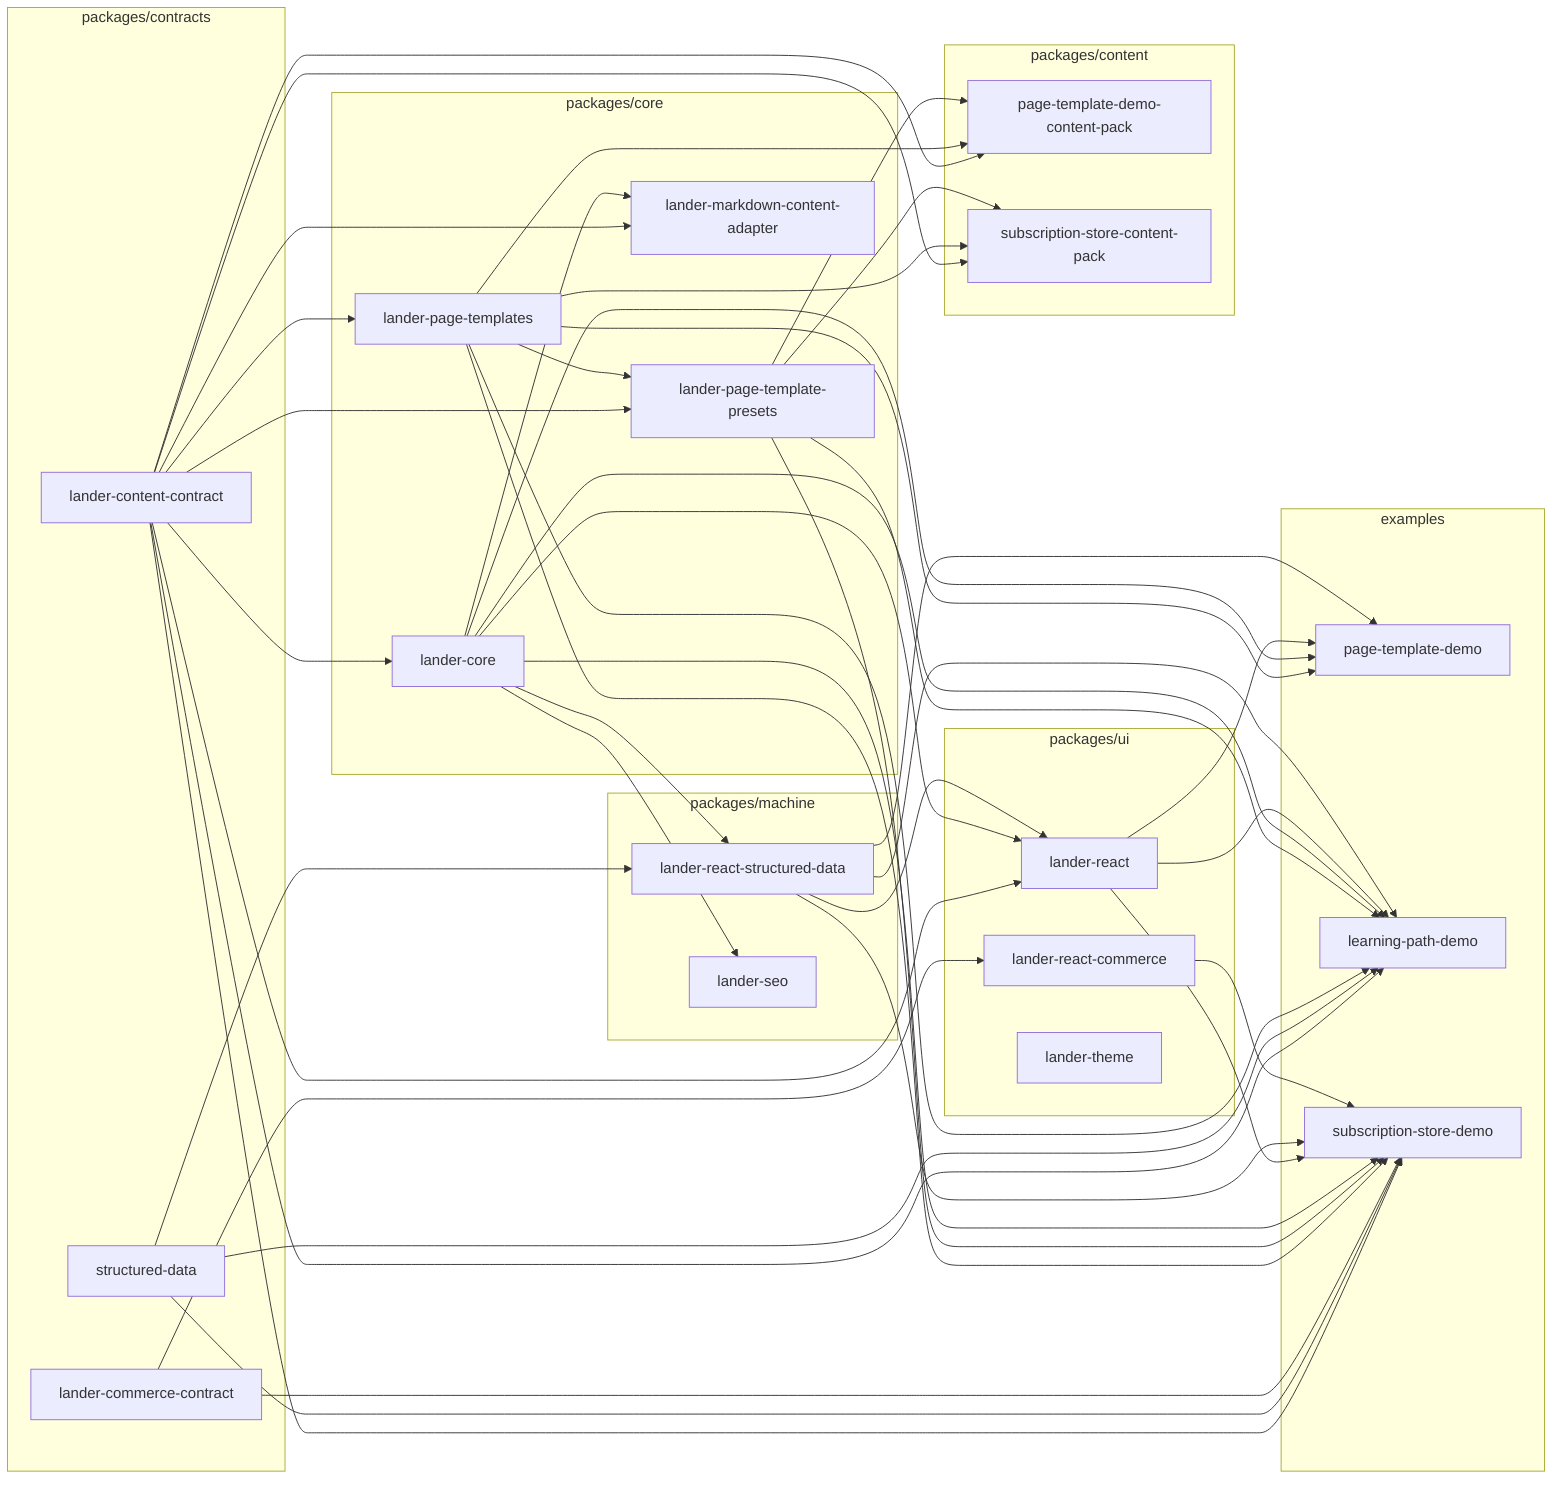
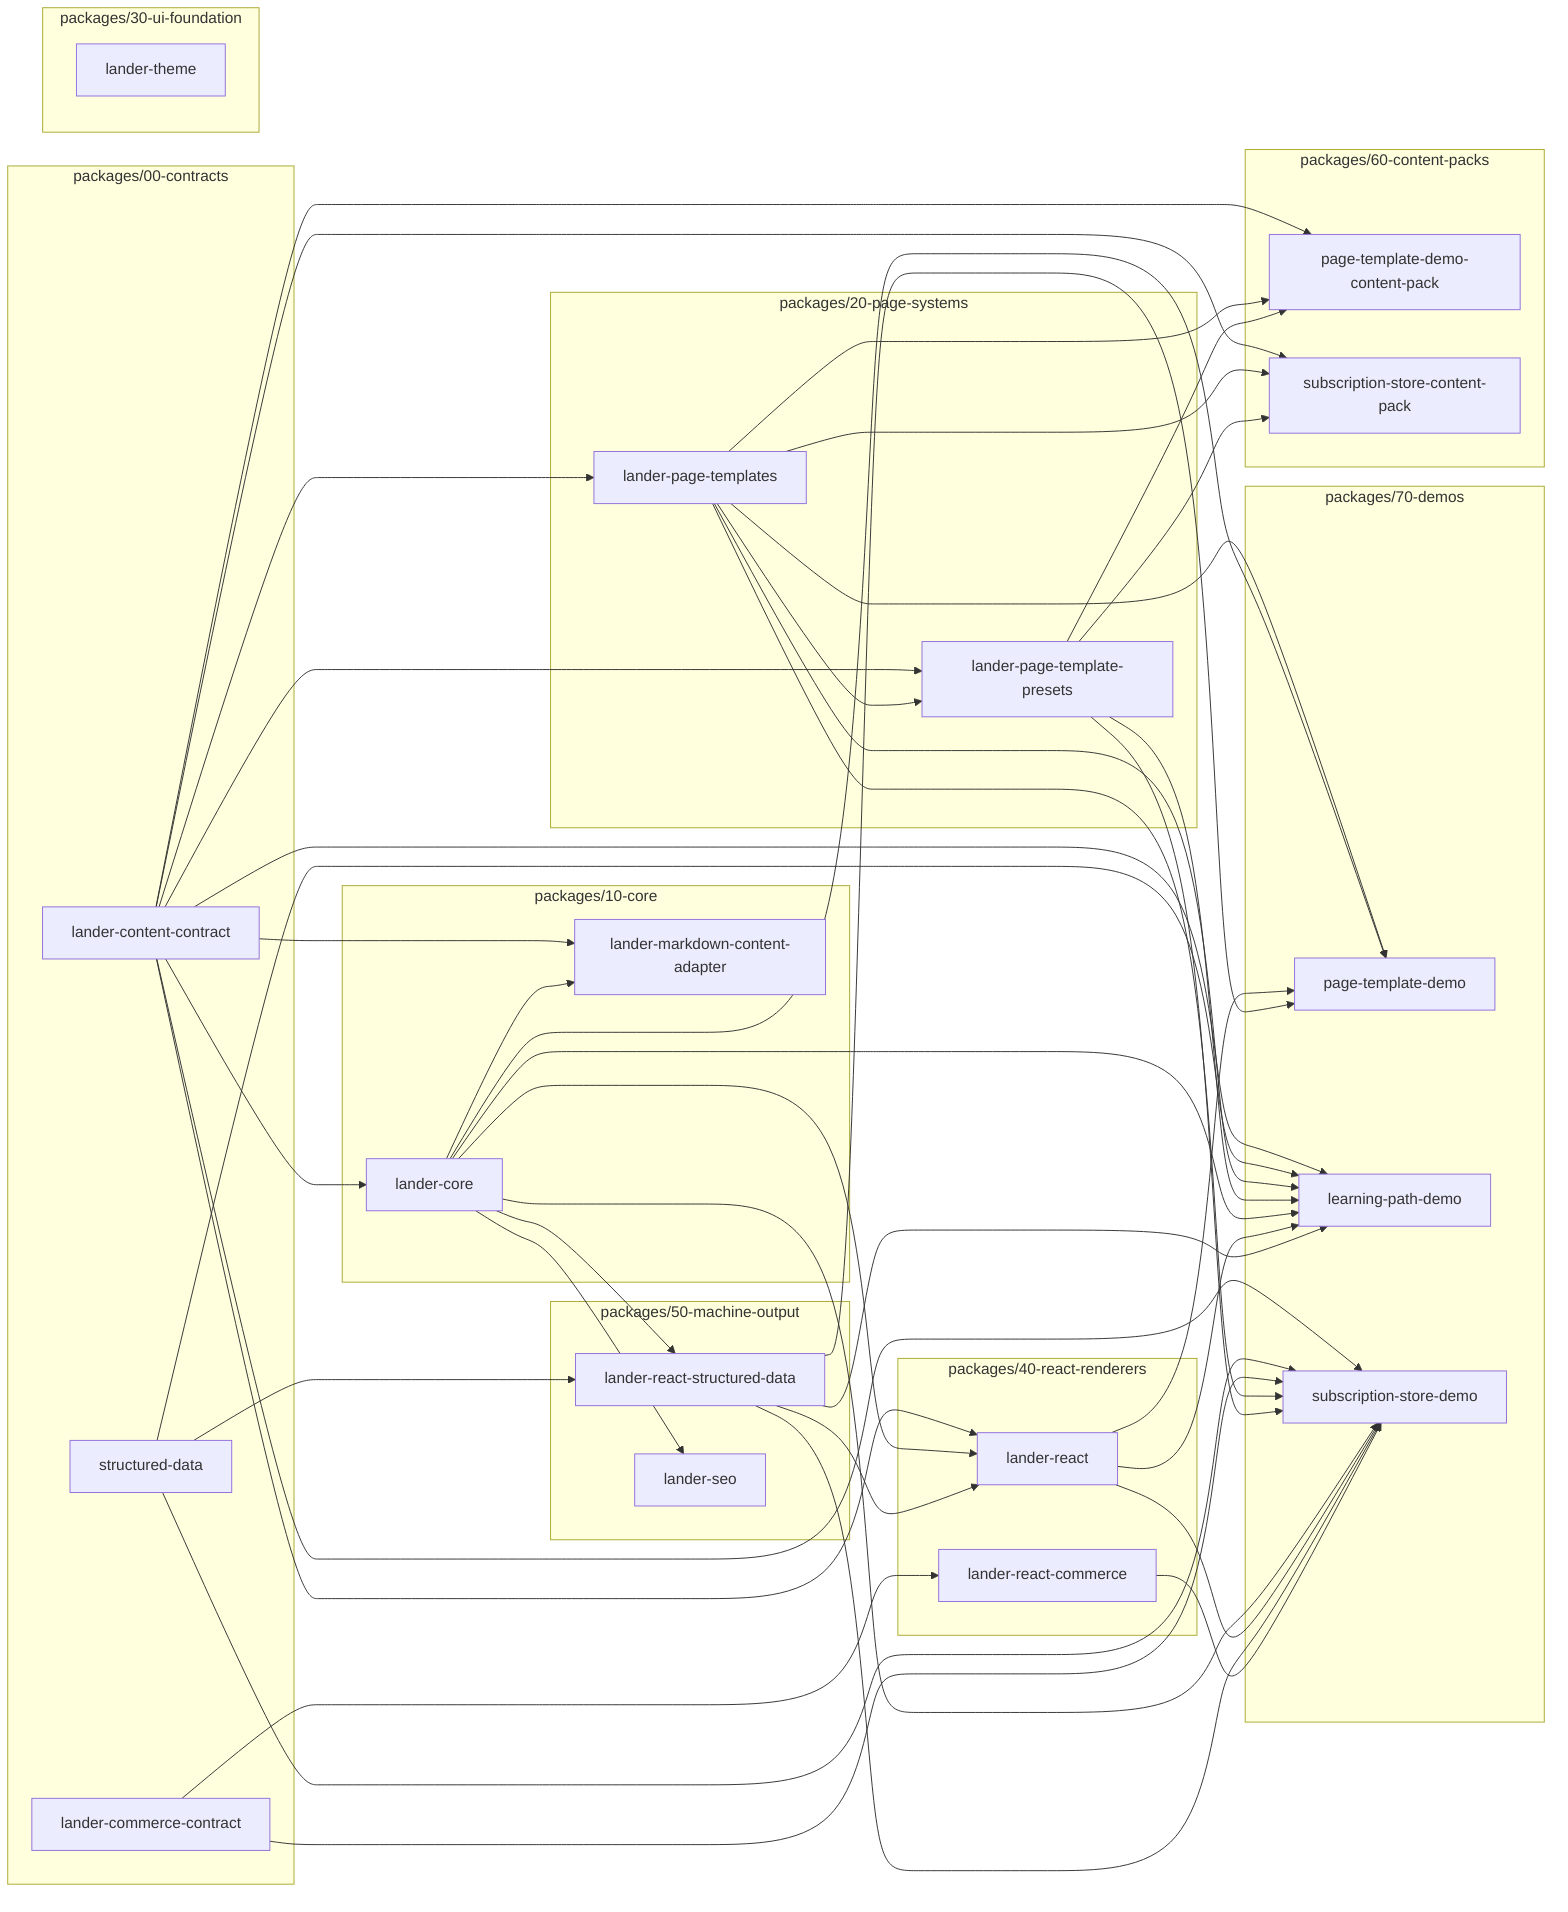
flowchart LR
-   subgraph Contracts["packages/contracts"]
+   subgraph Contracts["packages/00-contracts"]
    LC["lander-content-contract"]
    SD["structured-data"]
    CC["lander-commerce-contract"]
  end

-   subgraph Core["packages/core"]
+   subgraph Core["packages/10-core"]
    LCore["lander-core"]
-     LPT["lander-page-templates"]
-     LPP["lander-page-template-presets"]
    LMCA["lander-markdown-content-adapter"]
  end

-   subgraph UI["packages/ui"]
-     LR["lander-react"]
-     LRC["lander-react-commerce"]
+   subgraph PageSystems["packages/20-page-systems"]
+     LPT["lander-page-templates"]
+     LPP["lander-page-template-presets"]
+   end
+ 
+   subgraph UIFoundation["packages/30-ui-foundation"]
    LT["lander-theme"]
  end

-   subgraph Machine["packages/machine"]
+   subgraph ReactRenderers["packages/40-react-renderers"]
+     LR["lander-react"]
+     LRC["lander-react-commerce"]
+   end
+ 
+   subgraph Machine["packages/50-machine-output"]
    LRSD["lander-react-structured-data"]
    LSEO["lander-seo"]
  end

-   subgraph Content["packages/content"]
+   subgraph Content["packages/60-content-packs"]
    PTD["page-template-demo-content-pack"]
    SSCP["subscription-store-content-pack"]
  end

-   subgraph Examples["examples"]
+   subgraph Demos["packages/70-demos"]
    EPTD["page-template-demo"]
    ELPD["learning-path-demo"]
    ESSD["subscription-store-demo"]
  end

  LC --> LCore
  LC --> LPT
  LC --> LPP
  LC --> LMCA
  LC --> LR
  LC --> PTD
  LC --> SSCP
  LC --> ELPD
  LC --> ESSD

  SD --> LRSD
  SD --> ELPD
  SD --> ESSD

  CC --> LRC
  CC --> ESSD

  LPT --> LPP
  LPT --> PTD
  LPT --> SSCP
  LPT --> EPTD
  LPT --> ELPD
  LPT --> ESSD

  LPP --> PTD
  LPP --> SSCP
  LPP --> ELPD
  LPP --> ESSD

  LCore --> LMCA
  LCore --> LSEO
  LCore --> LRSD
  LCore --> LR
  LCore --> EPTD
  LCore --> ELPD
  LCore --> ESSD

  LRSD --> LR
  LR --> EPTD
  LR --> ELPD
  LR --> ESSD
  LRSD --> EPTD
  LRSD --> ELPD
  LRSD --> ESSD
  LRC --> ESSD
